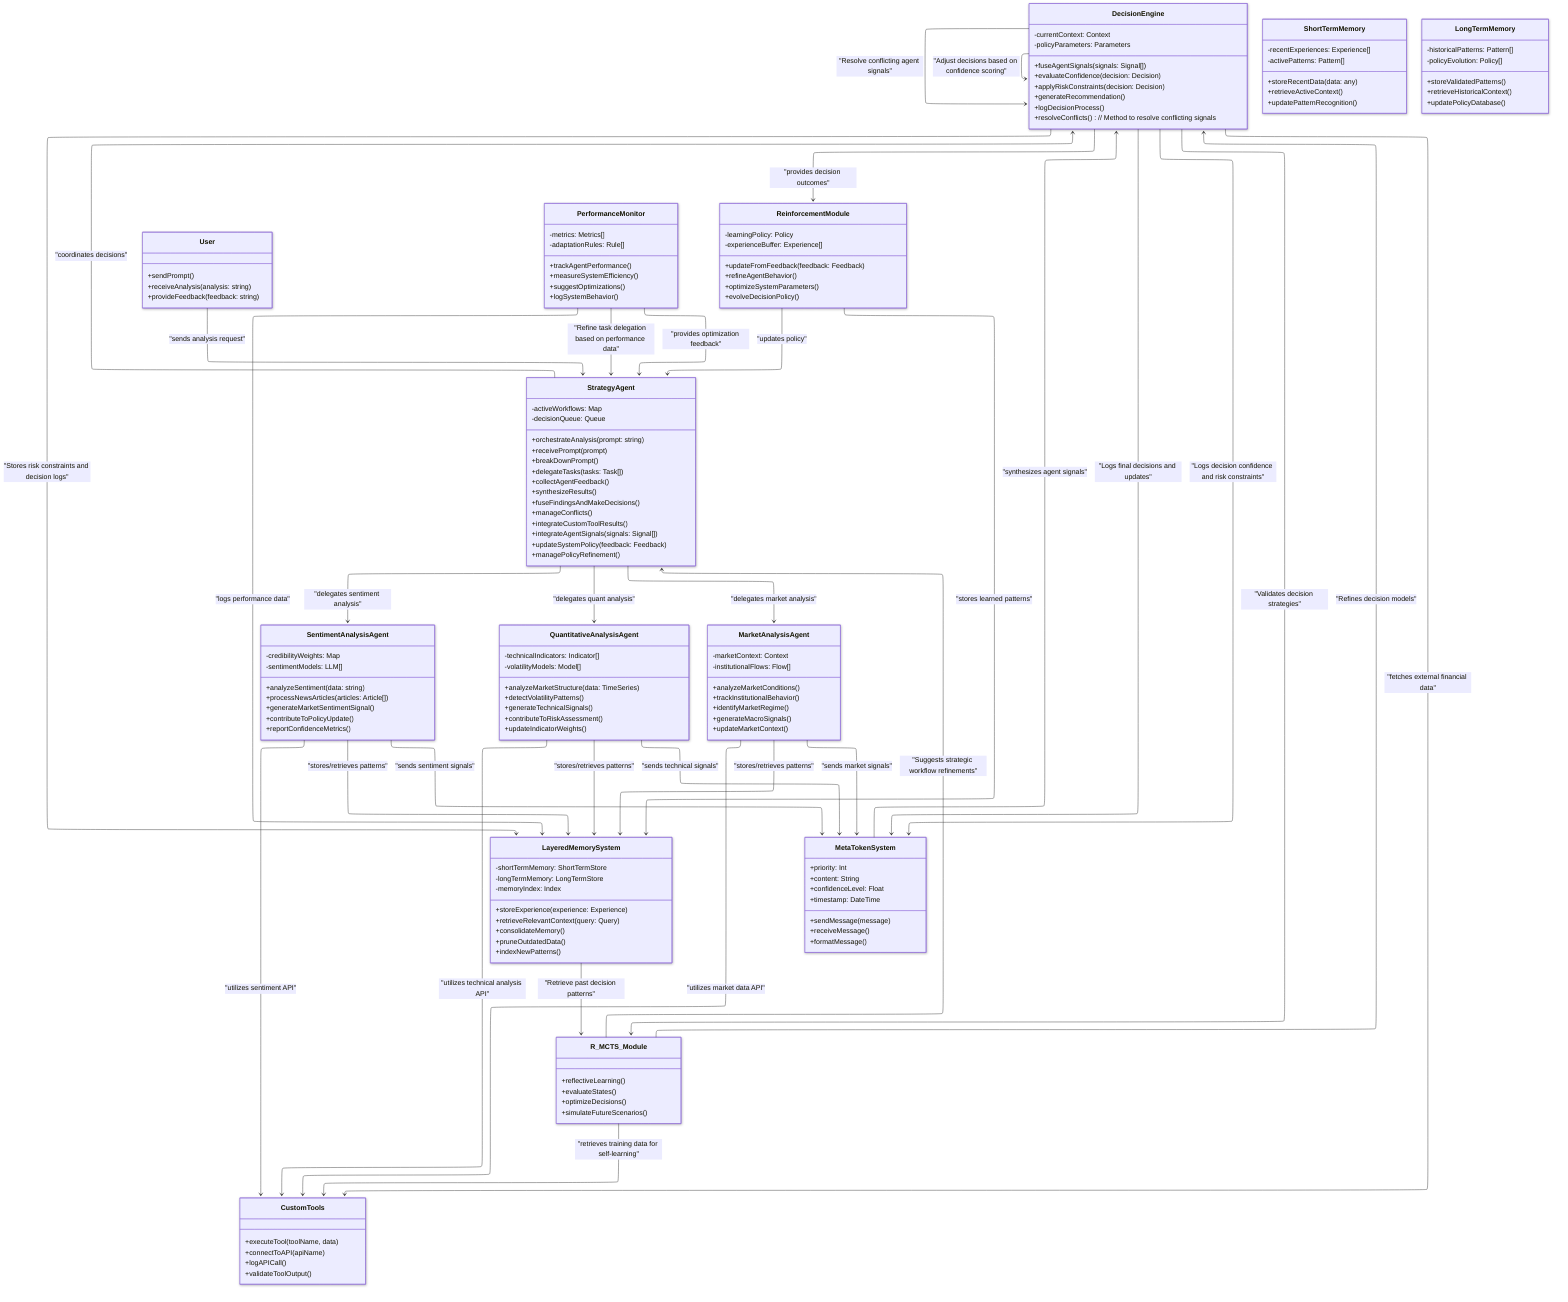
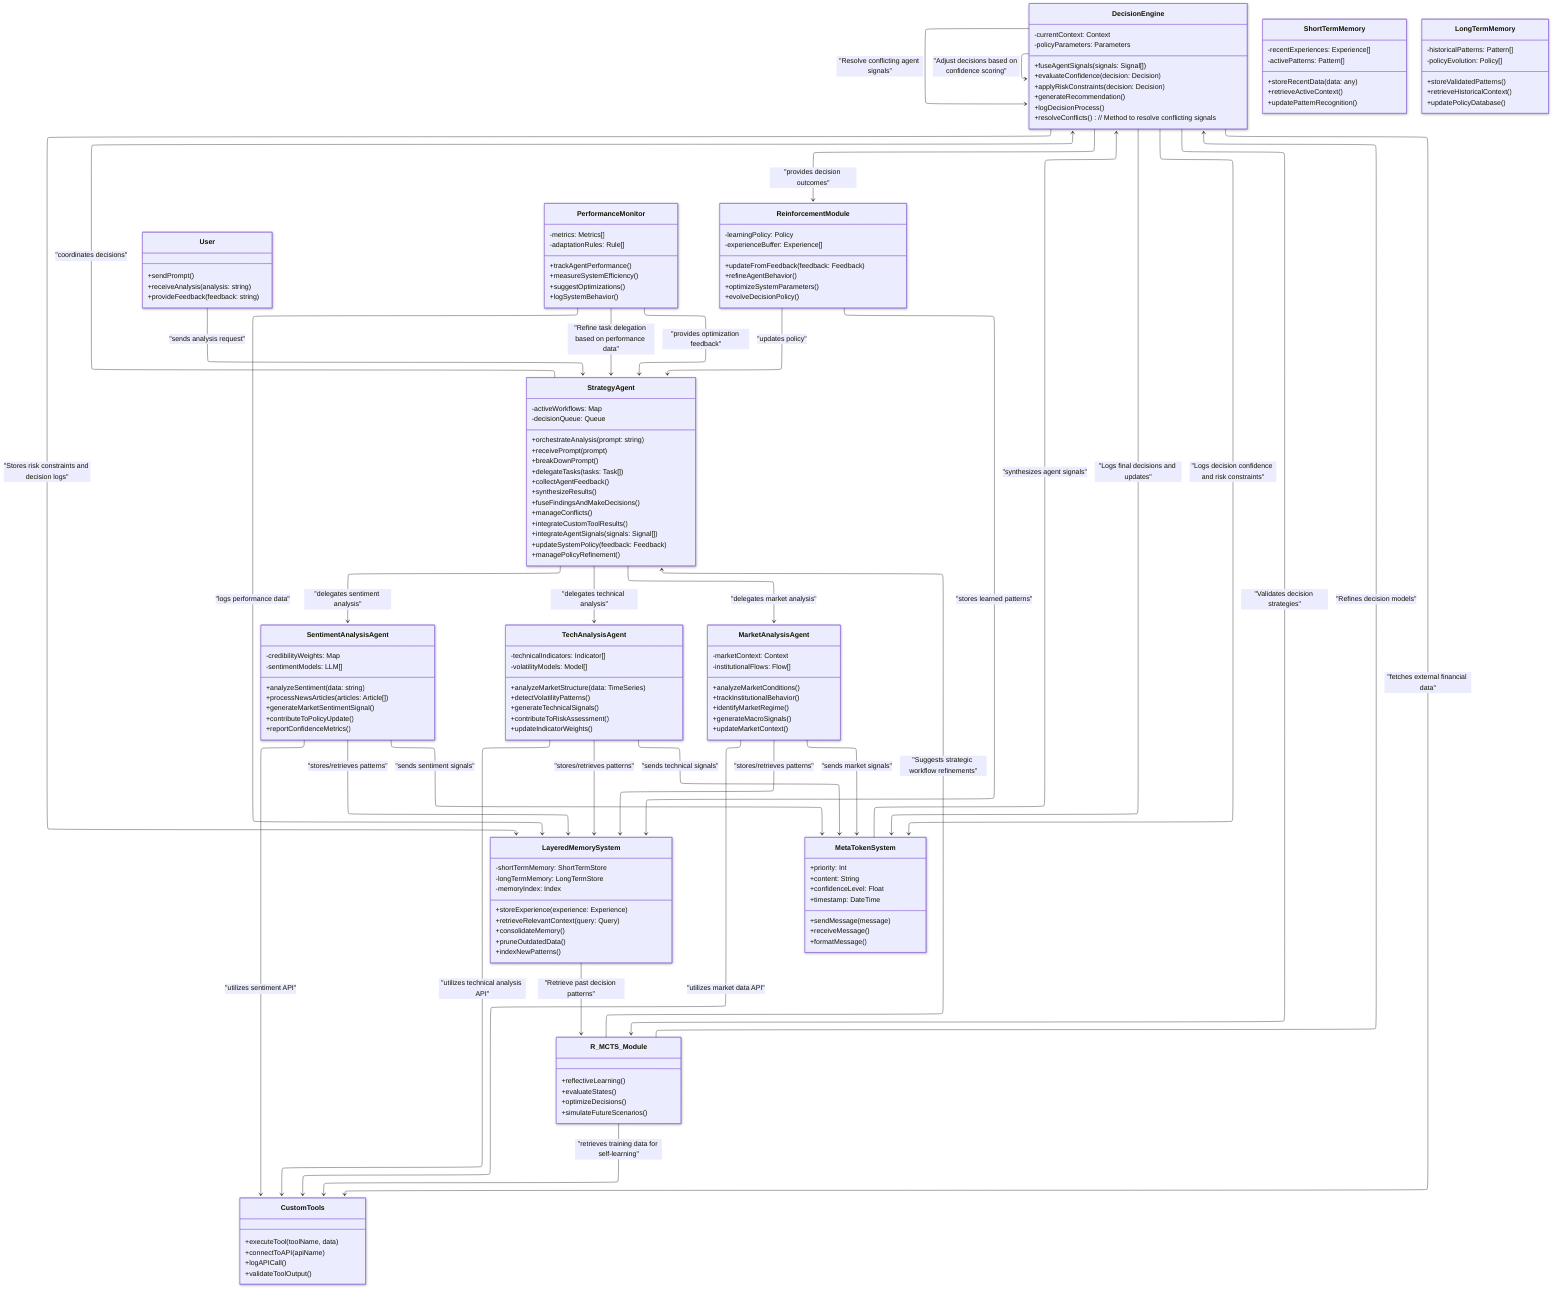
---
config:
  theme: default
  look: neo
  layout: elk
---
classDiagram
    %% Actor
    class User {
        +sendPrompt()
        +receiveAnalysis(analysis: string)
        +provideFeedback(feedback: string)
    }

    %% Strategy Agent (Orchestrator)
    class StrategyAgent {
        -activeWorkflows: Map
        -decisionQueue: Queue
        +orchestrateAnalysis(prompt: string)
        +receivePrompt(prompt)
        +breakDownPrompt()
        +delegateTasks(tasks: Task[])
        +collectAgentFeedback()
        +synthesizeResults()
        +fuseFindingsAndMakeDecisions()
        +manageConflicts()
        +integrateCustomToolResults()
        +integrateAgentSignals(signals: Signal[])
        +updateSystemPolicy(feedback: Feedback)
        +managePolicyRefinement()
    }

    %% Decision Engine (with embedded risk profiling)
    class DecisionEngine {
        -currentContext: Context
        -policyParameters: Parameters
        +fuseAgentSignals(signals: Signal[])
        +evaluateConfidence(decision: Decision)
        +applyRiskConstraints(decision: Decision)
        +generateRecommendation()
        +logDecisionProcess()
        +resolveConflicts()  // Method to resolve conflicting signals
    }

    %% Specialized Agents
    class SentimentAnalysisAgent {
        -credibilityWeights: Map
        -sentimentModels: LLM[]
        +analyzeSentiment(data: string)
        +processNewsArticles(articles: Article[])
        +generateMarketSentimentSignal()
        +contributeToPolicyUpdate()
        +reportConfidenceMetrics()
    }

-     class QuantitativeAnalysisAgent {
+     class TechAnalysisAgent {
        -technicalIndicators: Indicator[]
        -volatilityModels: Model[]
        +analyzeMarketStructure(data: TimeSeries)
        +detectVolatilityPatterns()
        +generateTechnicalSignals()
        +contributeToRiskAssessment()
        +updateIndicatorWeights()
    }

    class MarketAnalysisAgent {
        -marketContext: Context
        -institutionalFlows: Flow[]
        +analyzeMarketConditions()
        +trackInstitutionalBehavior()
        +identifyMarketRegime()
        +generateMacroSignals()
        +updateMarketContext()
    }

    %% Memory System
    class LayeredMemorySystem {
        -shortTermMemory: ShortTermStore
        -longTermMemory: LongTermStore
        -memoryIndex: Index
        +storeExperience(experience: Experience)
        +retrieveRelevantContext(query: Query)
        +consolidateMemory()
        +pruneOutdatedData()
        +indexNewPatterns()
    }

    class ShortTermMemory {
        -recentExperiences: Experience[]
        -activePatterns: Pattern[]
        +storeRecentData(data: any)
        +retrieveActiveContext()
        +updatePatternRecognition()
    }

    class LongTermMemory {
        -historicalPatterns: Pattern[]
        -policyEvolution: Policy[]
        +storeValidatedPatterns()
        +retrieveHistoricalContext()
        +updatePolicyDatabase()
    }

    %% Monitoring and Reinforcement
    class PerformanceMonitor {
        -metrics: Metrics[]
        -adaptationRules: Rule[]
        +trackAgentPerformance()
        +measureSystemEfficiency()
        +suggestOptimizations()
        +logSystemBehavior()
    }

    class ReinforcementModule {
        -learningPolicy: Policy
        -experienceBuffer: Experience[]
        +updateFromFeedback(feedback: Feedback)
        +refineAgentBehavior()
        +optimizeSystemParameters()
        +evolveDecisionPolicy()
    }

    %% Communication system for tokens
    class MetaTokenSystem {
        +priority: Int
        +content: String
        +confidenceLevel: Float
        +timestamp: DateTime
        +sendMessage(message)
        +receiveMessage()
        +formatMessage()
    }

    %% Reflective Learning Module (R-MCTS)
    class R_MCTS_Module {
        +reflectiveLearning()
        +evaluateStates()
        +optimizeDecisions()
        +simulateFutureScenarios()
    }

    %% Custom Tools & API Integration
    class CustomTools {
        +executeTool(toolName, data)
        +connectToAPI(apiName)
        +logAPICall()
        +validateToolOutput()
    }

    %% Relationships / Data Flow
    User --> StrategyAgent : "sends analysis request"

    StrategyAgent --> DecisionEngine : "coordinates decisions"
    StrategyAgent --> SentimentAnalysisAgent : "delegates sentiment analysis"
-     StrategyAgent --> QuantitativeAnalysisAgent : "delegates quant analysis"
+     StrategyAgent --> TechAnalysisAgent : "delegates technical analysis"
    StrategyAgent --> MarketAnalysisAgent : "delegates market analysis"

    %% All agent signals routed via MetaTokenSystem
    SentimentAnalysisAgent --> MetaTokenSystem : "sends sentiment signals"
-     QuantitativeAnalysisAgent --> MetaTokenSystem : "sends technical signals"
+     TechAnalysisAgent --> MetaTokenSystem : "sends technical signals"
    MarketAnalysisAgent --> MetaTokenSystem : "sends market signals"

    MetaTokenSystem --> DecisionEngine : "synthesizes agent signals"
    DecisionEngine --> MetaTokenSystem : "Logs final decisions and updates"
    DecisionEngine --> MetaTokenSystem : "Logs decision confidence and risk constraints"

    %% R-MCTS integration for decision validation and refinement
    DecisionEngine --> R_MCTS_Module : "Validates decision strategies"
    R_MCTS_Module --> DecisionEngine : "Refines decision models"

    %% NEW: DecisionEngine adjusts decisions based on confidence scoring
    DecisionEngine --> DecisionEngine : "Adjust decisions based on confidence scoring"

    %% NEW: R-MCTS suggests strategic workflow refinements to StrategyAgent
    R_MCTS_Module --> StrategyAgent : "Suggests strategic workflow refinements"

    %% NEW: Conflict Resolution within DecisionEngine (self-loop)
    DecisionEngine --> DecisionEngine : "Resolve conflicting agent signals"

    %% NEW: Feedback loop from PerformanceMonitor to StrategyAgent
    PerformanceMonitor --> StrategyAgent : "Refine task delegation based on performance data"

    %% NEW: R-MCTS receives past decision logs from Memory
    LayeredMemorySystem --> R_MCTS_Module : "Retrieve past decision patterns"

    %% Memory interactions
    SentimentAnalysisAgent --> LayeredMemorySystem : "stores/retrieves patterns"
-     QuantitativeAnalysisAgent --> LayeredMemorySystem : "stores/retrieves patterns"
+     TechAnalysisAgent --> LayeredMemorySystem : "stores/retrieves patterns"
    MarketAnalysisAgent --> LayeredMemorySystem : "stores/retrieves patterns"
    DecisionEngine --> LayeredMemorySystem : "Stores risk constraints and decision logs"
    PerformanceMonitor --> LayeredMemorySystem : "logs performance data"

    %% Monitoring and Reinforcement interactions
    PerformanceMonitor --> StrategyAgent : "provides optimization feedback"
    ReinforcementModule --> StrategyAgent : "updates policy"
    ReinforcementModule --> LayeredMemorySystem : "stores learned patterns"
    DecisionEngine --> ReinforcementModule : "provides decision outcomes"

    %% Custom Tools usage
    SentimentAnalysisAgent --> CustomTools : "utilizes sentiment API"
-     QuantitativeAnalysisAgent --> CustomTools : "utilizes technical analysis API"
+     TechAnalysisAgent --> CustomTools : "utilizes technical analysis API"
    MarketAnalysisAgent --> CustomTools : "utilizes market data API"
    DecisionEngine --> CustomTools : "fetches external financial data"
    R_MCTS_Module --> CustomTools : "retrieves training data for self-learning"
